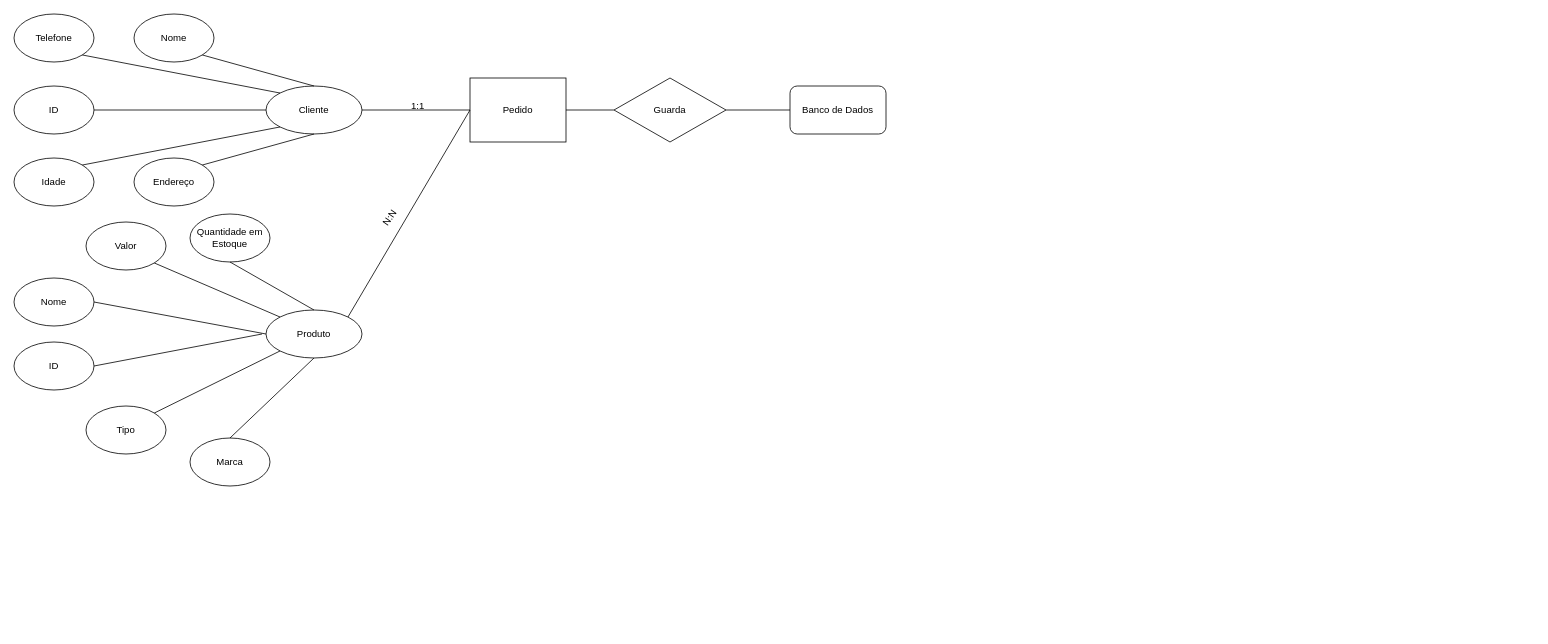
Before: Diagrama Entidade-Relacionamento.drawio in XFireYTh/Unimar, a draw.io diagram. Source tidied: cells renumbered, new cells numbered last; positions are measured from the earlier drawing's top-left corner, leaving out a move shared by most shapes. Both pictures are drawn from the tidied source at 80%, with x=0, y=0 at pixel (14, 14).
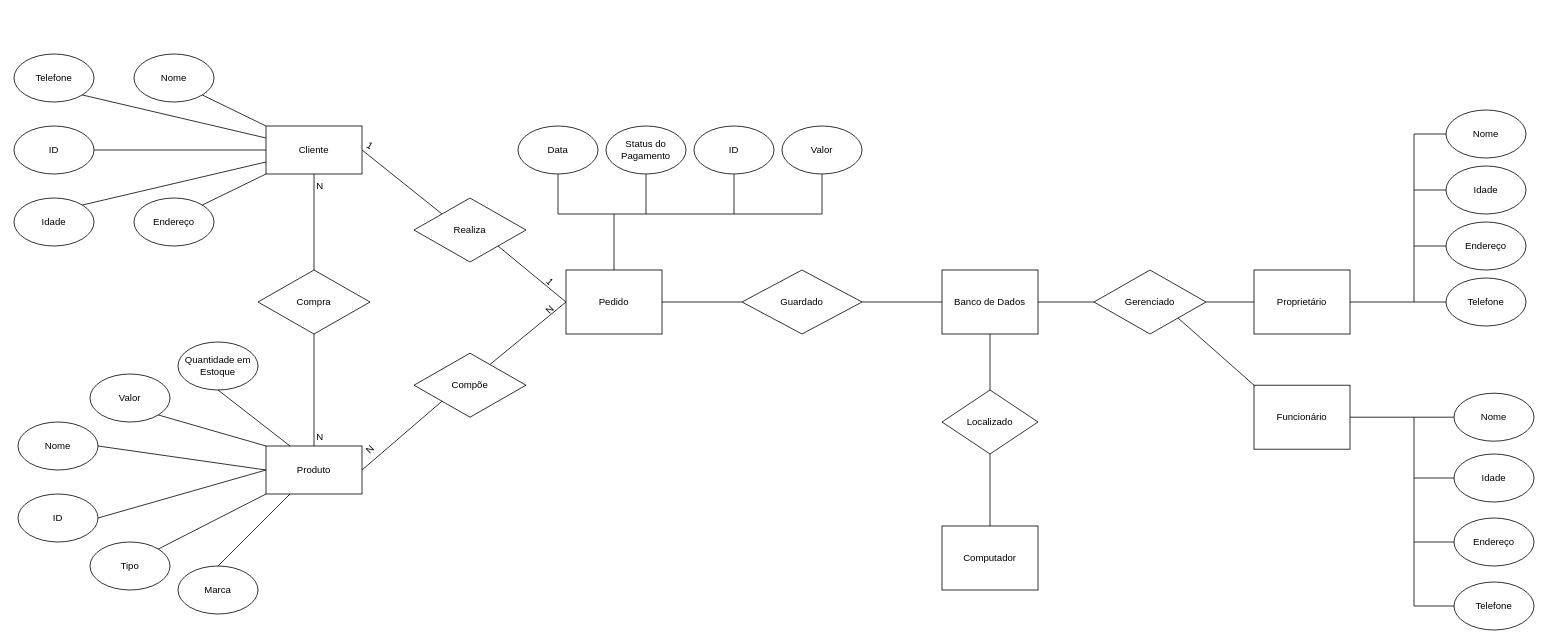
Above is the later version.

Commit message:
Proposta de Finalização

Diff of the diagram source:
```diff
@@
     <mxCell id="2" value="Pedido" style="rounded=0;whiteSpace=wrap;html=1;" parent="1" vertex="1">
-      <mxGeometry x="570" y="80" width="120" height="80" as="geometry" />
+      <mxGeometry x="690" y="320" width="120" height="80" as="geometry" />
     </mxCell>
     <mxCell id="3" value="Telefone" style="ellipse;whiteSpace=wrap;html=1;" parent="1" vertex="1">
-      <mxGeometry width="100" height="60" as="geometry" />
+      <mxGeometry y="50" width="100" height="60" as="geometry" />
     </mxCell>
     <mxCell id="4" value="Idade" style="ellipse;whiteSpace=wrap;html=1;" parent="1" vertex="1">
-      <mxGeometry y="180" width="100" height="60" as="geometry" />
+      <mxGeometry y="230" width="100" height="60" as="geometry" />
     </mxCell>
     <mxCell id="5" value="Nome" style="ellipse;whiteSpace=wrap;html=1;" parent="1" vertex="1">
-      <mxGeometry x="150" width="100" height="60" as="geometry" />
+      <mxGeometry x="150" y="50" width="100" height="60" as="geometry" />
     </mxCell>
-    <mxCell id="6" value="Cliente" style="rounded=0;whiteSpace=wrap;html=1;shape=ellipse;perimeter=ellipsePerimeter;" parent="1" vertex="1">
-      <mxGeometry x="315" y="90" width="120" height="60" as="geometry" />
+    <mxCell id="6" value="Cliente" style="rounded=0;whiteSpace=wrap;html=1;shape=label;" parent="1" vertex="1">
+      <mxGeometry x="315" y="140" width="120" height="60" as="geometry" />
     </mxCell>
     <mxCell id="7" value="Endereço" style="ellipse;whiteSpace=wrap;html=1;" parent="1" vertex="1">
-      <mxGeometry x="150" y="180" width="100" height="60" as="geometry" />
+      <mxGeometry x="150" y="230" width="100" height="60" as="geometry" />
     </mxCell>
-    <mxCell id="8" value="Produto" style="rounded=0;whiteSpace=wrap;html=1;shape=ellipse;perimeter=ellipsePerimeter;" parent="1" vertex="1">
-      <mxGeometry x="315" y="370" width="120" height="60" as="geometry" />
+    <mxCell id="8" value="Produto" style="rounded=0;whiteSpace=wrap;html=1;shape=label;" parent="1" vertex="1">
+      <mxGeometry x="315" y="540" width="120" height="60" as="geometry" />
     </mxCell>
     <mxCell id="9" value="Quantidade em Estoque" style="ellipse;whiteSpace=wrap;html=1;" parent="1" vertex="1">
-      <mxGeometry x="220" y="250" width="100" height="60" as="geometry" />
+      <mxGeometry x="205" y="410" width="100" height="60" as="geometry" />
     </mxCell>
     <mxCell id="10" value="Tipo" style="ellipse;whiteSpace=wrap;html=1;" parent="1" vertex="1">
-      <mxGeometry x="90" y="490" width="100" height="60" as="geometry" />
+      <mxGeometry x="95" y="660" width="100" height="60" as="geometry" />
     </mxCell>
     <mxCell id="11" value="Marca" style="ellipse;whiteSpace=wrap;html=1;" parent="1" vertex="1">
-      <mxGeometry x="220" y="530" width="100" height="60" as="geometry" />
+      <mxGeometry x="205" y="690" width="100" height="60" as="geometry" />
     </mxCell>
     <mxCell id="12" value="Valor" style="ellipse;whiteSpace=wrap;html=1;" parent="1" vertex="1">
-      <mxGeometry x="90" y="260" width="100" height="60" as="geometry" />
+      <mxGeometry x="95" y="450" width="100" height="60" as="geometry" />
     </mxCell>
-    <mxCell id="13" style="endArrow=none;html=1;rounded=0;entryX=0;entryY=0.5;entryDx=0;entryDy=0;exitX=1;exitY=0;exitDx=0;exitDy=0;" parent="1" edge="1" source="8" target="2">
-      <mxGeometry relative="1" as="geometry" />
-    </mxCell>
-    <mxCell id="14" value="N:N" style="text;html=1;align=center;verticalAlign=middle;whiteSpace=wrap;rounded=0;rotation=-55;" parent="1" vertex="1">
-      <mxGeometry x="440" y="240" width="60" height="30" as="geometry" />
-    </mxCell>
     <mxCell id="15" value="ID" style="ellipse;whiteSpace=wrap;html=1;" parent="1" vertex="1">
-      <mxGeometry y="90" width="100" height="60" as="geometry" />
+      <mxGeometry y="140" width="100" height="60" as="geometry" />
     </mxCell>
-    <mxCell id="16" value="1:1" style="text;html=1;align=center;verticalAlign=middle;whiteSpace=wrap;rounded=0;" parent="1" vertex="1">
-      <mxGeometry x="474.5" y="100" width="60" height="30" as="geometry" />
+    <mxCell id="16" value="1" style="text;html=1;align=center;verticalAlign=middle;whiteSpace=wrap;rounded=0;rotation=30;" parent="1" vertex="1">
+      <mxGeometry x="435" y="150" width="20" height="30" as="geometry" />
     </mxCell>
-    <mxCell id="17" value="Guarda" style="rhombus;whiteSpace=wrap;html=1;" parent="1" vertex="1">
-      <mxGeometry x="750" y="80" width="140" height="80" as="geometry" />
-    </mxCell>
-    <mxCell id="18" value="Banco de Dados" style="rounded=1;whiteSpace=wrap;html=1;" parent="1" vertex="1">
-      <mxGeometry x="970" y="90" width="120" height="60" as="geometry" />
-    </mxCell>
-    <mxCell id="19" style="endArrow=none;html=1;rounded=0;exitX=1;exitY=0.5;exitDx=0;exitDy=0;entryX=0;entryY=0.5;entryDx=0;entryDy=0;" parent="1" edge="1" source="6" target="2">
+    <mxCell id="19" style="endArrow=none;html=1;rounded=0;entryX=0;entryY=0.5;entryDx=0;entryDy=0;exitX=1;exitY=1;exitDx=0;exitDy=0;" parent="1" edge="1" source="41" target="2">
       <mxGeometry relative="1" as="geometry" />
     </mxCell>
-    <mxCell id="20" style="endArrow=none;html=1;rounded=0;exitX=1;exitY=1;exitDx=0;exitDy=0;entryX=0;entryY=0;entryDx=0;entryDy=0;" parent="1" edge="1" source="3" target="6">
+    <mxCell id="20" style="endArrow=none;html=1;rounded=0;exitX=1;exitY=1;exitDx=0;exitDy=0;entryX=0;entryY=0.25;entryDx=0;entryDy=0;" parent="1" edge="1" source="3" target="6">
       <mxGeometry relative="1" as="geometry" />
     </mxCell>
-    <mxCell id="21" style="endArrow=none;html=1;rounded=0;exitX=1;exitY=1;exitDx=0;exitDy=0;entryX=0.5;entryY=0;entryDx=0;entryDy=0;" parent="1" edge="1" source="5" target="6">
+    <mxCell id="21" style="endArrow=none;html=1;rounded=0;exitX=1;exitY=1;exitDx=0;exitDy=0;entryX=0;entryY=0;entryDx=0;entryDy=0;" parent="1" edge="1" source="5" target="6">
       <mxGeometry relative="1" as="geometry" />
     </mxCell>
@@
-    <mxCell id="23" style="endArrow=none;html=1;rounded=0;exitX=1;exitY=0;exitDx=0;exitDy=0;entryX=0.5;entryY=1;entryDx=0;entryDy=0;" parent="1" edge="1" source="7" target="6">
+    <mxCell id="23" style="endArrow=none;html=1;rounded=0;exitX=1;exitY=0;exitDx=0;exitDy=0;entryX=0;entryY=1;entryDx=0;entryDy=0;" parent="1" edge="1" source="7" target="6">
       <mxGeometry relative="1" as="geometry" />
     </mxCell>
-    <mxCell id="24" style="endArrow=none;html=1;rounded=0;exitX=1;exitY=0;exitDx=0;exitDy=0;entryX=0;entryY=1;entryDx=0;entryDy=0;" parent="1" edge="1" source="4" target="6">
+    <mxCell id="24" style="endArrow=none;html=1;rounded=0;exitX=1;exitY=0;exitDx=0;exitDy=0;entryX=0;entryY=0.75;entryDx=0;entryDy=0;" parent="1" edge="1" source="4" target="6">
       <mxGeometry relative="1" as="geometry" />
     </mxCell>
-    <mxCell id="25" style="endArrow=none;html=1;rounded=0;entryX=0.5;entryY=0;entryDx=0;entryDy=0;exitX=0.5;exitY=1;exitDx=0;exitDy=0;" parent="1" edge="1" source="9" target="8">
+    <mxCell id="25" style="endArrow=none;html=1;rounded=0;entryX=0.25;entryY=0;entryDx=0;entryDy=0;exitX=0.5;exitY=1;exitDx=0;exitDy=0;" parent="1" edge="1" source="9" target="8">
       <mxGeometry relative="1" as="geometry" />
     </mxCell>
@@
-    <mxCell id="28" style="endArrow=none;html=1;rounded=0;entryX=0.5;entryY=1;entryDx=0;entryDy=0;exitX=0.5;exitY=0;exitDx=0;exitDy=0;" parent="1" edge="1" source="11" target="8">
+    <mxCell id="28" style="endArrow=none;html=1;rounded=0;entryX=0.25;entryY=1;entryDx=0;entryDy=0;exitX=0.5;exitY=0;exitDx=0;exitDy=0;" parent="1" edge="1" source="11" target="8">
       <mxGeometry relative="1" as="geometry" />
     </mxCell>
     <mxCell id="29" value="Nome" style="ellipse;whiteSpace=wrap;html=1;" parent="1" vertex="1">
-      <mxGeometry y="330" width="100" height="60" as="geometry" />
+      <mxGeometry x="5" y="510" width="100" height="60" as="geometry" />
     </mxCell>
     <mxCell id="30" value="ID" style="ellipse;whiteSpace=wrap;html=1;" parent="1" vertex="1">
-      <mxGeometry y="410" width="100" height="60" as="geometry" />
+      <mxGeometry x="5" y="600" width="100" height="60" as="geometry" />
     </mxCell>
@@
-    <mxCell id="32" style="endArrow=none;html=1;rounded=0;exitX=1;exitY=0.5;exitDx=0;exitDy=0;" parent="1" edge="1" source="30">
-      <mxGeometry relative="1" as="geometry">
-        <mxPoint x="310" y="400" as="targetPoint" />
-      </mxGeometry>
+    <mxCell id="32" style="endArrow=none;html=1;rounded=0;exitX=1;exitY=0.5;exitDx=0;exitDy=0;entryX=0;entryY=0.5;entryDx=0;entryDy=0;" parent="1" edge="1" source="30" target="8">
+      <mxGeometry relative="1" as="geometry" />
     </mxCell>
-    <mxCell id="33" style="endArrow=none;html=1;rounded=0;entryX=0;entryY=0.5;entryDx=0;entryDy=0;exitX=1;exitY=0.5;exitDx=0;exitDy=0;" parent="1" edge="1" source="2" target="17">
-      <mxGeometry relative="1" as="geometry">
-        <Array as="points">
-          <mxPoint x="720" y="120" />
-        </Array>
-      </mxGeometry>
-    </mxCell>
-    <mxCell id="34" style="endArrow=none;html=1;rounded=0;entryX=0;entryY=0.5;entryDx=0;entryDy=0;exitX=1;exitY=0.5;exitDx=0;exitDy=0;" parent="1" edge="1" source="17" target="18">
-      <mxGeometry relative="1" as="geometry" />
-    </mxCell>
+    <mxCell id="35" value="Guardado" style="rhombus;whiteSpace=wrap;html=1;" parent="1" vertex="1">
+      <mxGeometry x="910" y="320" width="150" height="80" as="geometry" />
+    </mxCell>
+    <mxCell id="18" value="Banco de Dados" style="rounded=0;whiteSpace=wrap;html=1;" parent="1" vertex="1">
+      <mxGeometry x="1160" y="320" width="120" height="80" as="geometry" />
+    </mxCell>
+    <mxCell id="36" style="endArrow=none;html=1;rounded=0;exitX=1;exitY=0.5;exitDx=0;exitDy=0;entryX=0;entryY=0.5;entryDx=0;entryDy=0;" parent="1" edge="1" source="2" target="35">
+      <mxGeometry relative="1" as="geometry" />
+    </mxCell>
+    <mxCell id="37" style="endArrow=none;html=1;rounded=0;entryX=0;entryY=0.5;entryDx=0;entryDy=0;exitX=1;exitY=0.5;exitDx=0;exitDy=0;" parent="1" edge="1" source="35" target="18">
+      <mxGeometry relative="1" as="geometry" />
+    </mxCell>
+    <mxCell id="38" value="Compra" style="rhombus;whiteSpace=wrap;html=1;" parent="1" vertex="1">
+      <mxGeometry x="305" y="320" width="140" height="80" as="geometry" />
+    </mxCell>
+    <mxCell id="39" style="endArrow=none;html=1;rounded=0;entryX=0.5;entryY=1;entryDx=0;entryDy=0;exitX=0.5;exitY=0;exitDx=0;exitDy=0;" parent="1" edge="1" source="38" target="6">
+      <mxGeometry relative="1" as="geometry" />
+    </mxCell>
+    <mxCell id="40" style="endArrow=none;html=1;rounded=0;entryX=0.5;entryY=1;entryDx=0;entryDy=0;exitX=0.5;exitY=0;exitDx=0;exitDy=0;" parent="1" edge="1" source="8" target="38">
+      <mxGeometry relative="1" as="geometry" />
+    </mxCell>
+    <mxCell id="41" value="Realiza" style="rhombus;whiteSpace=wrap;html=1;" parent="1" vertex="1">
+      <mxGeometry x="500" y="230" width="140" height="80" as="geometry" />
+    </mxCell>
+    <mxCell id="42" style="endArrow=none;html=1;rounded=0;entryX=1;entryY=0.5;entryDx=0;entryDy=0;exitX=0;exitY=0;exitDx=0;exitDy=0;" parent="1" edge="1" source="41" target="6">
+      <mxGeometry relative="1" as="geometry" />
+    </mxCell>
+    <mxCell id="43" value="Data" style="ellipse;whiteSpace=wrap;html=1;" parent="1" vertex="1">
+      <mxGeometry x="630" y="140" width="100" height="60" as="geometry" />
+    </mxCell>
+    <mxCell id="44" value="ID" style="ellipse;whiteSpace=wrap;html=1;" parent="1" vertex="1">
+      <mxGeometry x="850" y="140" width="100" height="60" as="geometry" />
+    </mxCell>
+    <mxCell id="45" value="Compõe" style="rhombus;whiteSpace=wrap;html=1;" parent="1" vertex="1">
+      <mxGeometry x="500" y="424" width="140" height="80" as="geometry" />
+    </mxCell>
+    <mxCell id="46" style="endArrow=none;html=1;rounded=0;exitX=1;exitY=0.5;exitDx=0;exitDy=0;entryX=0;entryY=1;entryDx=0;entryDy=0;" parent="1" edge="1" source="8" target="45">
+      <mxGeometry relative="1" as="geometry" />
+    </mxCell>
+    <mxCell id="47" style="endArrow=none;html=1;rounded=0;exitX=0.679;exitY=0.175;exitDx=0;exitDy=0;entryX=0;entryY=0.5;entryDx=0;entryDy=0;exitPerimeter=0;" parent="1" edge="1" source="45" target="2">
+      <mxGeometry relative="1" as="geometry" />
+    </mxCell>
+    <mxCell id="48" value="Status do Pagamento" style="ellipse;whiteSpace=wrap;html=1;" parent="1" vertex="1">
+      <mxGeometry x="740" y="140" width="100" height="60" as="geometry" />
+    </mxCell>
+    <mxCell id="49" value="Valor" style="ellipse;whiteSpace=wrap;html=1;" parent="1" vertex="1">
+      <mxGeometry x="960" y="140" width="100" height="60" as="geometry" />
+    </mxCell>
+    <mxCell id="50" style="endArrow=none;html=1;rounded=0;entryX=0.5;entryY=1;entryDx=0;entryDy=0;" parent="1" edge="1" target="43">
+      <mxGeometry relative="1" as="geometry">
+        <mxPoint x="680" y="250" as="sourcePoint" />
+      </mxGeometry>
+    </mxCell>
+    <mxCell id="51" style="endArrow=none;html=1;rounded=0;" parent="1" edge="1">
+      <mxGeometry relative="1" as="geometry">
+        <mxPoint x="680" y="250" as="sourcePoint" />
+        <mxPoint x="1010" y="250" as="targetPoint" />
+      </mxGeometry>
+    </mxCell>
+    <mxCell id="52" style="endArrow=none;html=1;rounded=0;entryX=0.5;entryY=1;entryDx=0;entryDy=0;" parent="1" edge="1" target="48">
+      <mxGeometry relative="1" as="geometry">
+        <mxPoint x="790" y="250" as="sourcePoint" />
+      </mxGeometry>
+    </mxCell>
+    <mxCell id="53" style="endArrow=none;html=1;rounded=0;entryX=0.5;entryY=1;entryDx=0;entryDy=0;" parent="1" edge="1" target="44">
+      <mxGeometry relative="1" as="geometry">
+        <mxPoint x="900" y="250" as="sourcePoint" />
+      </mxGeometry>
+    </mxCell>
+    <mxCell id="54" style="endArrow=none;html=1;rounded=0;entryX=0.5;entryY=1;entryDx=0;entryDy=0;" parent="1" edge="1" target="49">
+      <mxGeometry relative="1" as="geometry">
+        <mxPoint x="1010" y="250" as="sourcePoint" />
+      </mxGeometry>
+    </mxCell>
+    <mxCell id="55" style="endArrow=none;html=1;rounded=0;exitX=0.5;exitY=0;exitDx=0;exitDy=0;" parent="1" edge="1" source="2">
+      <mxGeometry relative="1" as="geometry">
+        <mxPoint x="750" y="250" as="targetPoint" />
+      </mxGeometry>
+    </mxCell>
+    <mxCell id="56" value="Gerenciado" style="rhombus;whiteSpace=wrap;html=1;" parent="1" vertex="1">
+      <mxGeometry x="1350" y="320" width="140" height="80" as="geometry" />
+    </mxCell>
+    <mxCell id="57" value="Proprietário" style="rounded=0;whiteSpace=wrap;html=1;" parent="1" vertex="1">
+      <mxGeometry x="1550" y="320" width="120" height="80" as="geometry" />
+    </mxCell>
+    <mxCell id="58" value="Funcionário" style="rounded=0;whiteSpace=wrap;html=1;" parent="1" vertex="1">
+      <mxGeometry x="1550" y="464" width="120" height="80" as="geometry" />
+    </mxCell>
+    <mxCell id="59" style="endArrow=none;html=1;rounded=0;entryX=1;entryY=0.5;entryDx=0;entryDy=0;" parent="1" edge="1" source="57" target="56">
+      <mxGeometry relative="1" as="geometry" />
+    </mxCell>
+    <mxCell id="60" style="endArrow=none;html=1;rounded=0;entryX=1;entryY=1;entryDx=0;entryDy=0;exitX=0;exitY=0;exitDx=0;exitDy=0;" parent="1" edge="1" source="58" target="56">
+      <mxGeometry relative="1" as="geometry" />
+    </mxCell>
+    <mxCell id="61" style="endArrow=none;html=1;rounded=0;entryX=0;entryY=0.5;entryDx=0;entryDy=0;" parent="1" edge="1" source="18" target="56">
+      <mxGeometry relative="1" as="geometry" />
+    </mxCell>
+    <mxCell id="62" value="Localizado" style="rhombus;whiteSpace=wrap;html=1;" parent="1" vertex="1">
+      <mxGeometry x="1160" y="470" width="120" height="80" as="geometry" />
+    </mxCell>
+    <mxCell id="63" style="endArrow=none;html=1;rounded=0;entryX=0.5;entryY=1;entryDx=0;entryDy=0;exitX=0.5;exitY=0;exitDx=0;exitDy=0;" parent="1" edge="1" source="62" target="18">
+      <mxGeometry relative="1" as="geometry" />
+    </mxCell>
+    <mxCell id="64" value="Computador" style="rounded=0;whiteSpace=wrap;html=1;" parent="1" vertex="1">
+      <mxGeometry x="1160" y="640" width="120" height="80" as="geometry" />
+    </mxCell>
+    <mxCell id="65" style="endArrow=none;html=1;rounded=0;entryX=0.5;entryY=1;entryDx=0;entryDy=0;exitX=0.5;exitY=0;exitDx=0;exitDy=0;" parent="1" edge="1" source="64" target="62">
+      <mxGeometry relative="1" as="geometry" />
+    </mxCell>
+    <mxCell id="66" value="N" style="text;html=1;align=center;verticalAlign=middle;whiteSpace=wrap;rounded=0;rotation=-45;" parent="1" vertex="1">
+      <mxGeometry x="658.2" y="360" width="23.5" height="20" as="geometry" />
+    </mxCell>
+    <mxCell id="67" value="N" style="text;html=1;align=center;verticalAlign=middle;whiteSpace=wrap;rounded=0;rotation=-45;" parent="1" vertex="1">
+      <mxGeometry x="432.5" y="530" width="25" height="30" as="geometry" />
+    </mxCell>
+    <mxCell id="68" value="1" style="text;html=1;align=center;verticalAlign=middle;whiteSpace=wrap;rounded=0;rotation=45;" parent="1" vertex="1">
+      <mxGeometry x="640" y="320" width="60" height="30" as="geometry" />
+    </mxCell>
+    <mxCell id="69" value="N" style="text;html=1;align=center;verticalAlign=middle;whiteSpace=wrap;rounded=0;" parent="1" vertex="1">
+      <mxGeometry x="370" y="200" width="25" height="30" as="geometry" />
+    </mxCell>
+    <mxCell id="70" value="N" style="text;html=1;align=center;verticalAlign=middle;whiteSpace=wrap;rounded=0;" parent="1" vertex="1">
+      <mxGeometry x="370" y="514" width="25" height="30" as="geometry" />
+    </mxCell>
+    <mxCell id="71" value="Telefone" style="ellipse;whiteSpace=wrap;html=1;" parent="1" vertex="1">
+      <mxGeometry x="1790" y="330" width="100" height="60" as="geometry" />
+    </mxCell>
+    <mxCell id="72" value="Idade" style="ellipse;whiteSpace=wrap;html=1;" parent="1" vertex="1">
+      <mxGeometry x="1790" y="190" width="100" height="60" as="geometry" />
+    </mxCell>
+    <mxCell id="73" value="Nome" style="ellipse;whiteSpace=wrap;html=1;" parent="1" vertex="1">
+      <mxGeometry x="1790" y="120" width="100" height="60" as="geometry" />
+    </mxCell>
+    <mxCell id="74" value="Endereço" style="ellipse;whiteSpace=wrap;html=1;" parent="1" vertex="1">
+      <mxGeometry x="1790" y="260" width="100" height="60" as="geometry" />
+    </mxCell>
+    <mxCell id="75" value="Telefone" style="ellipse;whiteSpace=wrap;html=1;" parent="1" vertex="1">
+      <mxGeometry x="1800" y="710" width="100" height="60" as="geometry" />
+    </mxCell>
+    <mxCell id="76" value="Idade" style="ellipse;whiteSpace=wrap;html=1;" parent="1" vertex="1">
+      <mxGeometry x="1800" y="550" width="100" height="60" as="geometry" />
+    </mxCell>
+    <mxCell id="77" value="Nome" style="ellipse;whiteSpace=wrap;html=1;" parent="1" vertex="1">
+      <mxGeometry x="1800" y="474" width="100" height="60" as="geometry" />
+    </mxCell>
+    <mxCell id="78" value="Endereço" style="ellipse;whiteSpace=wrap;html=1;" parent="1" vertex="1">
+      <mxGeometry x="1800" y="630" width="100" height="60" as="geometry" />
+    </mxCell>
+    <mxCell id="79" style="endArrow=none;html=1;rounded=0;" parent="1" edge="1">
+      <mxGeometry relative="1" as="geometry">
+        <mxPoint x="1750" y="740" as="sourcePoint" />
+        <mxPoint x="1750" y="504" as="targetPoint" />
+      </mxGeometry>
+    </mxCell>
+    <mxCell id="80" style="endArrow=none;html=1;rounded=0;entryX=0;entryY=0.5;entryDx=0;entryDy=0;exitX=1;exitY=0.5;exitDx=0;exitDy=0;" parent="1" edge="1" source="58" target="77">
+      <mxGeometry relative="1" as="geometry" />
+    </mxCell>
+    <mxCell id="81" style="endArrow=none;html=1;rounded=0;entryX=0;entryY=0.5;entryDx=0;entryDy=0;" parent="1" edge="1" target="75">
+      <mxGeometry relative="1" as="geometry">
+        <mxPoint x="1750" y="740" as="sourcePoint" />
+      </mxGeometry>
+    </mxCell>
+    <mxCell id="82" style="endArrow=none;html=1;rounded=0;entryX=0;entryY=0.5;entryDx=0;entryDy=0;" parent="1" edge="1" target="78">
+      <mxGeometry relative="1" as="geometry">
+        <mxPoint x="1750" y="660" as="sourcePoint" />
+      </mxGeometry>
+    </mxCell>
+    <mxCell id="83" style="endArrow=none;html=1;rounded=0;entryX=0;entryY=0.5;entryDx=0;entryDy=0;" parent="1" edge="1" target="76">
+      <mxGeometry relative="1" as="geometry">
+        <mxPoint x="1750" y="580" as="sourcePoint" />
+      </mxGeometry>
+    </mxCell>
+    <mxCell id="84" style="endArrow=none;html=1;rounded=0;entryX=0;entryY=0.5;entryDx=0;entryDy=0;exitX=1;exitY=0.5;exitDx=0;exitDy=0;" parent="1" edge="1" source="57" target="71">
+      <mxGeometry relative="1" as="geometry" />
+    </mxCell>
+    <mxCell id="85" style="endArrow=none;html=1;rounded=0;" parent="1" edge="1">
+      <mxGeometry relative="1" as="geometry">
+        <mxPoint x="1750" y="360" as="sourcePoint" />
+        <mxPoint x="1750" y="150" as="targetPoint" />
+      </mxGeometry>
+    </mxCell>
+    <mxCell id="86" style="endArrow=none;html=1;rounded=0;entryX=0;entryY=0.5;entryDx=0;entryDy=0;" parent="1" edge="1" target="73">
+      <mxGeometry relative="1" as="geometry">
+        <mxPoint x="1750" y="150" as="sourcePoint" />
+      </mxGeometry>
+    </mxCell>
+    <mxCell id="87" style="endArrow=none;html=1;rounded=0;entryX=0;entryY=0.5;entryDx=0;entryDy=0;" parent="1" edge="1" target="72">
+      <mxGeometry relative="1" as="geometry">
+        <mxPoint x="1750" y="220" as="sourcePoint" />
+      </mxGeometry>
+    </mxCell>
+    <mxCell id="88" style="endArrow=none;html=1;rounded=0;entryX=0;entryY=0.5;entryDx=0;entryDy=0;" parent="1" edge="1" target="74">
+      <mxGeometry relative="1" as="geometry">
+        <mxPoint x="1750" y="290" as="sourcePoint" />
+      </mxGeometry>
+    </mxCell>
```
